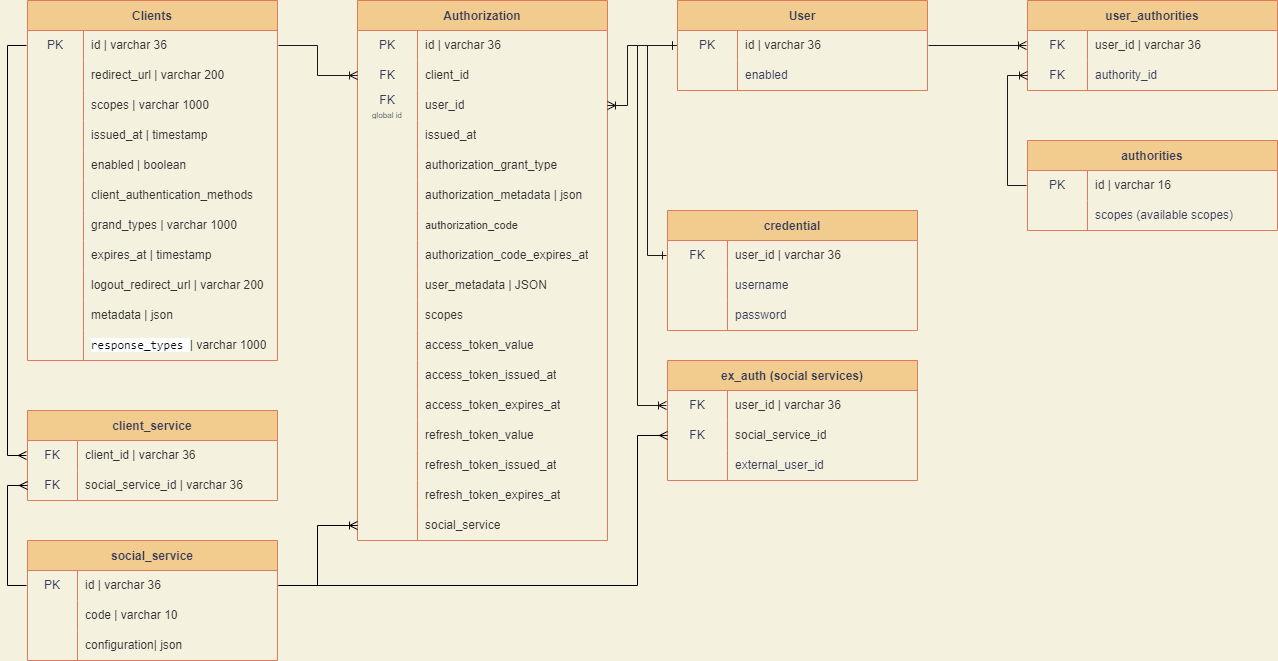
Earlier version of the draw.io export id/resources/db_scheme.png (KYamshanov/Mission-backend). Source tidied: cells renumbered, new cells last; positions are measured from the earlier drawing's top-left corner, leaving out a move shared by most shapes.
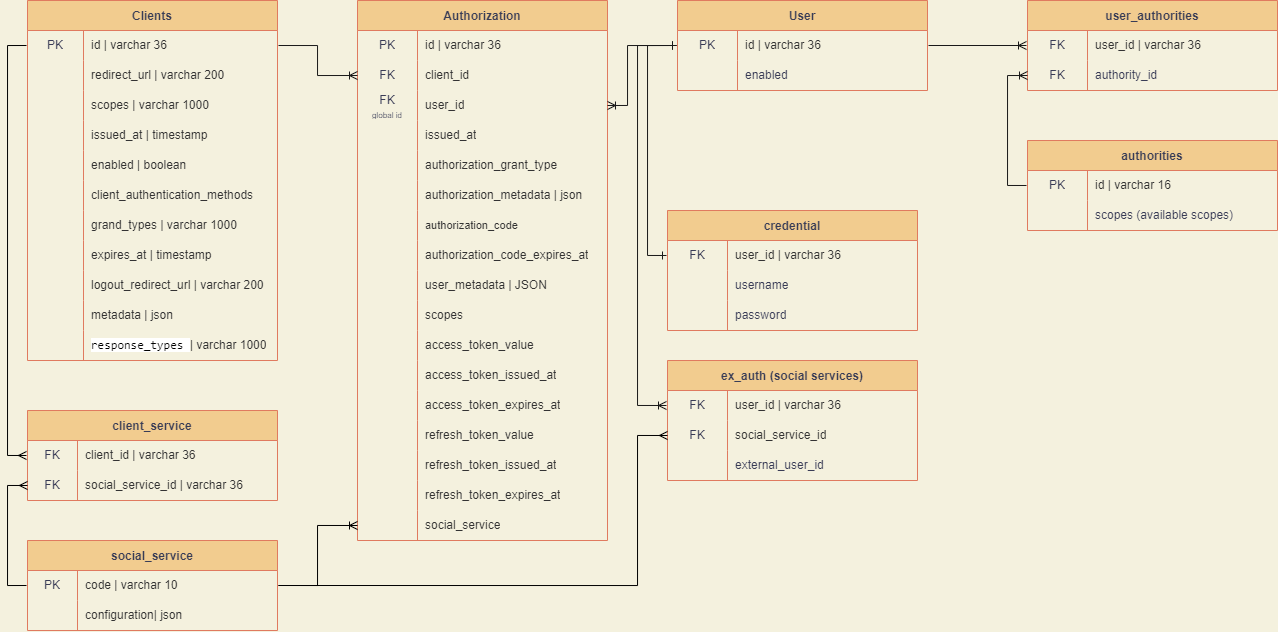
After the commit.

Commit message:
[Up-To-Date] prototyping code structures

The edit, as a diff of the source:
```diff
@@ -412,7 +412,7 @@
       </mxGeometry>
     </mxCell>
     <mxCell id="135" value="social_service" style="shape=table;startSize=30;rowLines=0;fontStyle=1;fillColor=#F2CC8F;strokeColor=#E07A5F;fontColor=#393C56;" parent="1" vertex="1">
-      <mxGeometry y="540" width="250" height="120" as="geometry" />
+      <mxGeometry y="540" width="250" height="90" as="geometry" />
     </mxCell>
     <mxCell id="136" style="shape=tableRow;horizontal=0;startSize=0;swimlaneHead=0;swimlaneBody=0;top=0;left=0;bottom=0;right=0;points=[[0,0.5],[1,0.5]];portConstraint=eastwest;strokeWidth=1;perimeterSpacing=1;shadow=0;swimlaneLine=1;sketch=0;strokeColor=#E07A5F;fillColor=none;fontColor=#393C56;" parent="135" vertex="1">
       <mxGeometry y="30" width="250" height="30" as="geometry" />
@@ -420,20 +420,11 @@
     <mxCell id="137" value="PK" style="shape=partialRectangle;html=1;whiteSpace=wrap;fillColor=none;top=0;left=0;bottom=0;right=0;overflow=hidden;shadow=0;sketch=0;perimeterSpacing=1;strokeColor=#E07A5F;fontColor=#393C56;" parent="136" vertex="1">
       <mxGeometry width="50" height="30" as="geometry" />
     </mxCell>
-    <mxCell id="138" value="&lt;span style=&quot;color: rgb(51, 51, 51);&quot;&gt;id | varchar 36&lt;/span&gt;" style="shape=partialRectangle;html=1;whiteSpace=wrap;fillColor=none;top=0;left=0;bottom=0;right=0;align=left;spacingLeft=6;overflow=hidden;strokeColor=#E07A5F;fontColor=#393C56;" parent="136" vertex="1">
+    <mxCell id="138" value="&lt;span style=&quot;color: rgb(51, 51, 51);&quot;&gt;code | varchar 10&lt;/span&gt;" style="shape=partialRectangle;html=1;whiteSpace=wrap;fillColor=none;top=0;left=0;bottom=0;right=0;align=left;spacingLeft=6;overflow=hidden;strokeColor=#E07A5F;fontColor=#393C56;" parent="136" vertex="1">
       <mxGeometry x="50" width="200" height="30" as="geometry" />
     </mxCell>
-    <mxCell id="139" style="shape=tableRow;horizontal=0;startSize=0;swimlaneHead=0;swimlaneBody=0;top=0;left=0;bottom=0;right=0;fillColor=none;strokeColor=#E07A5F;fontColor=#393C56;" parent="135" vertex="1">
-      <mxGeometry y="60" width="250" height="30" as="geometry" />
-    </mxCell>
-    <mxCell id="140" style="shape=partialRectangle;html=1;whiteSpace=wrap;fillColor=none;top=0;left=0;bottom=0;right=0;overflow=hidden;strokeColor=#E07A5F;fontColor=#393C56;" parent="139" vertex="1">
-      <mxGeometry width="50" height="30" as="geometry" />
-    </mxCell>
-    <mxCell id="141" value="&lt;span style=&quot;color: rgb(51, 51, 51);&quot;&gt;code | varchar 10&lt;/span&gt;" style="shape=partialRectangle;html=1;whiteSpace=wrap;fillColor=none;top=0;left=0;bottom=0;right=0;align=left;spacingLeft=6;overflow=hidden;strokeColor=#E07A5F;fontColor=#393C56;" parent="139" vertex="1">
-      <mxGeometry x="50" width="200" height="30" as="geometry" />
-    </mxCell>
     <mxCell id="142" style="shape=tableRow;horizontal=0;startSize=0;swimlaneHead=0;swimlaneBody=0;top=0;left=0;bottom=0;right=0;fillColor=none;strokeColor=#E07A5F;fontColor=#393C56;" parent="135" vertex="1">
-      <mxGeometry y="90" width="250" height="30" as="geometry" />
+      <mxGeometry y="60" width="250" height="30" as="geometry" />
     </mxCell>
     <mxCell id="143" style="shape=partialRectangle;html=1;whiteSpace=wrap;fillColor=none;top=0;left=0;bottom=0;right=0;overflow=hidden;strokeColor=#E07A5F;fontColor=#393C56;" parent="142" vertex="1">
       <mxGeometry width="50" height="30" as="geometry" />
```
